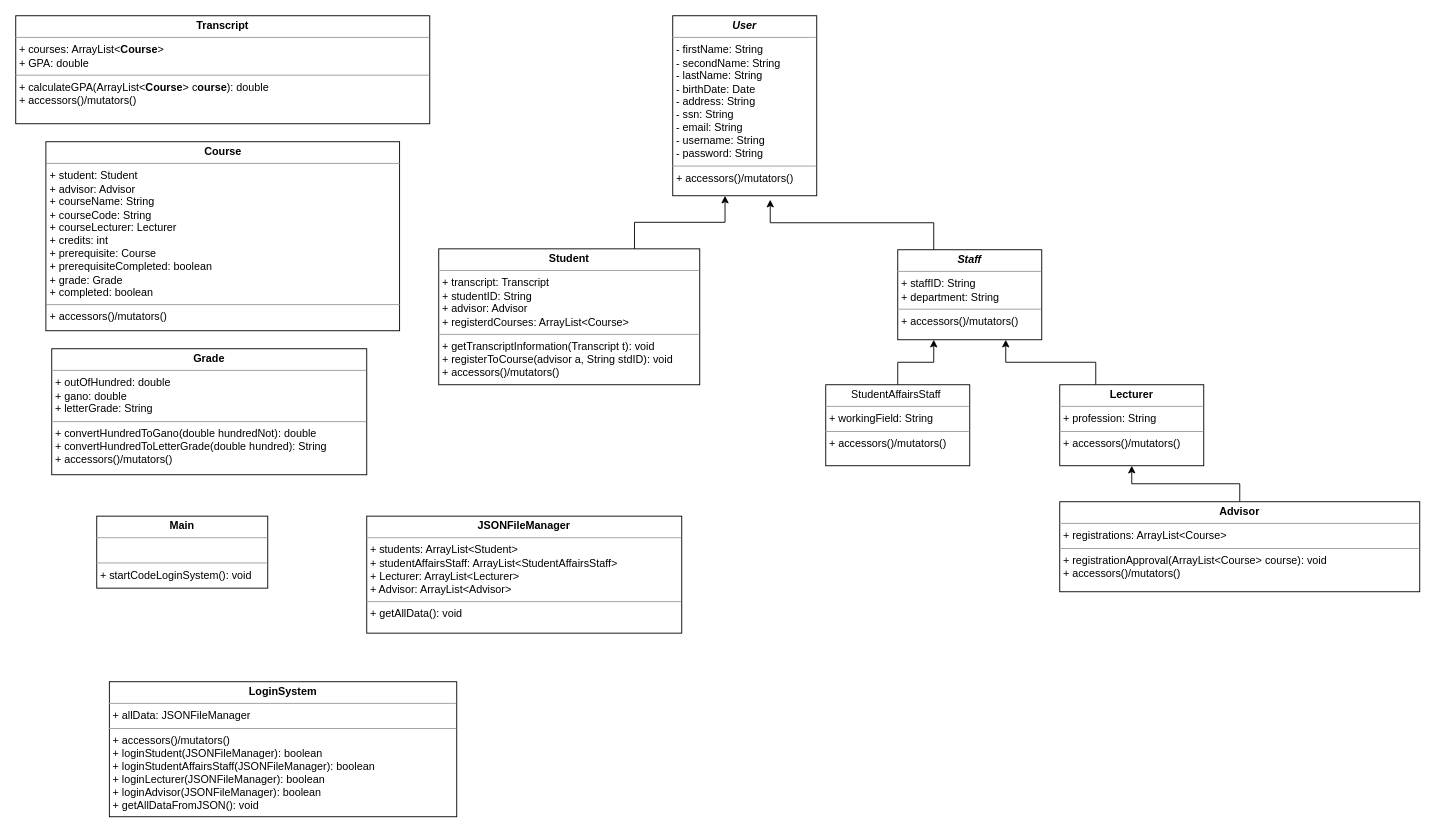
Above: Iteration_1/UML.drawio in yigittuncer07/CSE3063F23P1_GRP9 (draw.io), before the change. Source tidied: cells renumbered, new cells numbered last; positions are measured from the earlier drawing's top-left corner, leaving out a move shared by most shapes. Both pictures are drawn from the tidied source at 90%, with x=0, y=0 at pixel (15, 15).
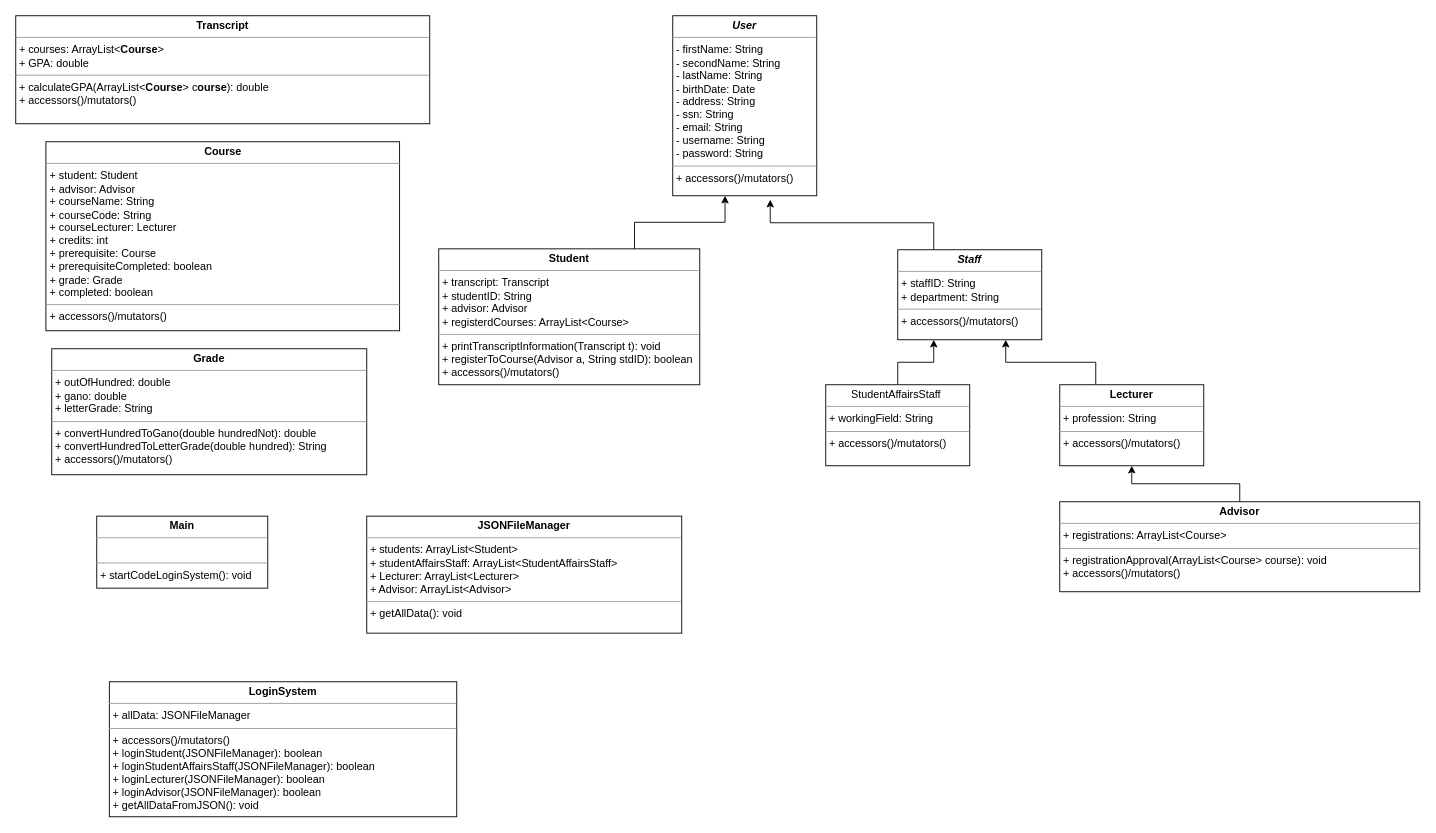
The same diagram, later.

Commit message:
Small changes to Student object.

Change to the diagram source:
```diff
@@
 <mxGraphModel>
   <root>
     <mxCell id="0" />
     <mxCell id="1" parent="0" />
     <mxCell id="2" value="&lt;p style=&quot;margin:0px;margin-top:4px;text-align:center;&quot;&gt;&lt;b&gt;&lt;i&gt;User&lt;/i&gt;&lt;/b&gt;&lt;/p&gt;&lt;hr size=&quot;1&quot;&gt;&lt;p style=&quot;margin:0px;margin-left:4px;&quot;&gt;- firstName: String&lt;/p&gt;&lt;p style=&quot;margin:0px;margin-left:4px;&quot;&gt;- secondName: String&lt;/p&gt;&lt;p style=&quot;margin:0px;margin-left:4px;&quot;&gt;-&amp;nbsp;&lt;span style=&quot;background-color: initial;&quot;&gt;lastName: String&lt;/span&gt;&lt;/p&gt;&lt;p style=&quot;border-color: var(--border-color); margin: 0px 0px 0px 4px;&quot;&gt;- birthDate: Date&lt;/p&gt;&lt;p style=&quot;margin:0px;margin-left:4px;&quot;&gt;- address: String&lt;/p&gt;&lt;p style=&quot;margin:0px;margin-left:4px;&quot;&gt;- ssn: String&lt;/p&gt;&lt;p style=&quot;margin:0px;margin-left:4px;&quot;&gt;- email: String&lt;/p&gt;&lt;p style=&quot;margin:0px;margin-left:4px;&quot;&gt;- username: String&lt;/p&gt;&lt;p style=&quot;margin:0px;margin-left:4px;&quot;&gt;- password: String&lt;/p&gt;&lt;hr size=&quot;1&quot;&gt;&lt;p style=&quot;margin:0px;margin-left:4px;&quot;&gt;+ accessors()/mutators()&lt;/p&gt;" style="verticalAlign=top;align=left;overflow=fill;fontSize=12;fontFamily=Helvetica;html=1;whiteSpace=wrap;" parent="1" vertex="1">
       <mxGeometry x="730" width="160" height="200" as="geometry" />
     </mxCell>
-    <mxCell id="3" value="&lt;p style=&quot;margin:0px;margin-top:4px;text-align:center;&quot;&gt;&lt;b&gt;Student&lt;/b&gt;&lt;/p&gt;&lt;hr size=&quot;1&quot;&gt;&lt;p style=&quot;margin:0px;margin-left:4px;&quot;&gt;+ transcript: Transcript&lt;/p&gt;&lt;p style=&quot;margin:0px;margin-left:4px;&quot;&gt;+ studentID: String&lt;/p&gt;&lt;p style=&quot;margin:0px;margin-left:4px;&quot;&gt;+ advisor: Advisor&lt;/p&gt;&lt;p style=&quot;margin:0px;margin-left:4px;&quot;&gt;+ registerdCourses: ArrayList&amp;lt;Course&amp;gt;&lt;/p&gt;&lt;hr size=&quot;1&quot;&gt;&lt;p style=&quot;margin:0px;margin-left:4px;&quot;&gt;+ getTranscriptInformation(Transcript t): void&lt;/p&gt;&lt;p style=&quot;margin:0px;margin-left:4px;&quot;&gt;&lt;span style=&quot;background-color: initial;&quot;&gt;+ registerToCourse(advisor a, String stdID): void&lt;/span&gt;&lt;/p&gt;&lt;p style=&quot;margin:0px;margin-left:4px;&quot;&gt;&lt;span style=&quot;background-color: initial;&quot;&gt;+ accessors()/mutators()&lt;/span&gt;&lt;br&gt;&lt;/p&gt;" style="verticalAlign=top;align=left;overflow=fill;fontSize=12;fontFamily=Helvetica;html=1;whiteSpace=wrap;" parent="1" vertex="1">
+    <mxCell id="3" value="&lt;p style=&quot;margin:0px;margin-top:4px;text-align:center;&quot;&gt;&lt;b&gt;Student&lt;/b&gt;&lt;/p&gt;&lt;hr size=&quot;1&quot;&gt;&lt;p style=&quot;margin:0px;margin-left:4px;&quot;&gt;+ transcript: Transcript&lt;/p&gt;&lt;p style=&quot;margin:0px;margin-left:4px;&quot;&gt;+ studentID: String&lt;/p&gt;&lt;p style=&quot;margin:0px;margin-left:4px;&quot;&gt;+ advisor: Advisor&lt;/p&gt;&lt;p style=&quot;margin:0px;margin-left:4px;&quot;&gt;+ registerdCourses: ArrayList&amp;lt;Course&amp;gt;&lt;/p&gt;&lt;hr size=&quot;1&quot;&gt;&lt;p style=&quot;margin:0px;margin-left:4px;&quot;&gt;+ printTranscriptInformation(Transcript t): void&lt;/p&gt;&lt;p style=&quot;margin:0px;margin-left:4px;&quot;&gt;&lt;span style=&quot;background-color: initial;&quot;&gt;+ registerToCourse(Advisor a, String stdID): boolean&lt;/span&gt;&lt;/p&gt;&lt;p style=&quot;margin:0px;margin-left:4px;&quot;&gt;&lt;span style=&quot;background-color: initial;&quot;&gt;+ accessors()/mutators()&lt;/span&gt;&lt;br&gt;&lt;/p&gt;" style="verticalAlign=top;align=left;overflow=fill;fontSize=12;fontFamily=Helvetica;html=1;whiteSpace=wrap;" parent="1" vertex="1">
       <mxGeometry x="470" y="259" width="290" height="151" as="geometry" />
     </mxCell>
     <mxCell id="4" style="edgeStyle=orthogonalEdgeStyle;rounded=0;jettySize=auto;html=1;exitX=0.5;exitY=0;exitDx=0;exitDy=0;entryX=0.5;entryY=1;entryDx=0;entryDy=0;" parent="1" edge="1" source="5" target="13">
       <mxGeometry relative="1" as="geometry" />
     </mxCell>
     <mxCell id="5" value="&lt;p style=&quot;margin:0px;margin-top:4px;text-align:center;&quot;&gt;&lt;b&gt;Advisor&lt;/b&gt;&lt;/p&gt;&lt;hr size=&quot;1&quot;&gt;&lt;p style=&quot;margin:0px;margin-left:4px;&quot;&gt;+ registrations: ArrayList&amp;lt;Course&amp;gt;&lt;/p&gt;&lt;hr size=&quot;1&quot;&gt;&lt;p style=&quot;margin:0px;margin-left:4px;&quot;&gt;+ registrationApproval(ArrayList&amp;lt;Course&amp;gt; course): void&lt;/p&gt;&lt;p style=&quot;margin:0px;margin-left:4px;&quot;&gt;+ accessors()/mutators()&lt;br&gt;&lt;/p&gt;" style="verticalAlign=top;align=left;overflow=fill;fontSize=12;fontFamily=Helvetica;html=1;whiteSpace=wrap;" parent="1" vertex="1">
       <mxGeometry x="1160" y="540" width="400" height="100" as="geometry" />
     </mxCell>
     <mxCell id="6" value="&lt;p style=&quot;margin:0px;margin-top:4px;text-align:center;&quot;&gt;&lt;b&gt;Course&lt;/b&gt;&lt;/p&gt;&lt;hr size=&quot;1&quot;&gt;&lt;p style=&quot;margin:0px;margin-left:4px;&quot;&gt;+ student: Student&lt;/p&gt;&lt;p style=&quot;margin:0px;margin-left:4px;&quot;&gt;+ advisor: Advisor&lt;/p&gt;&lt;p style=&quot;margin:0px;margin-left:4px;&quot;&gt;+ courseName: String&lt;/p&gt;&lt;p style=&quot;margin:0px;margin-left:4px;&quot;&gt;+ courseCode: String&lt;/p&gt;&lt;p style=&quot;margin:0px;margin-left:4px;&quot;&gt;+ courseLecturer: Lecturer&lt;/p&gt;&lt;p style=&quot;margin:0px;margin-left:4px;&quot;&gt;+ credits: int&lt;/p&gt;&lt;p style=&quot;margin:0px;margin-left:4px;&quot;&gt;+ prerequisite: Course&lt;/p&gt;&lt;p style=&quot;margin:0px;margin-left:4px;&quot;&gt;+ prerequisiteCompleted: boolean&lt;/p&gt;&lt;p style=&quot;margin:0px;margin-left:4px;&quot;&gt;+ grade: Grade&lt;/p&gt;&lt;p style=&quot;margin:0px;margin-left:4px;&quot;&gt;+ completed: boolean&lt;/p&gt;&lt;hr size=&quot;1&quot;&gt;&lt;p style=&quot;margin:0px;margin-left:4px;&quot;&gt;+ accessors()/mutators()&lt;/p&gt;" style="verticalAlign=top;align=left;overflow=fill;fontSize=12;fontFamily=Helvetica;html=1;whiteSpace=wrap;" parent="1" vertex="1">
       <mxGeometry x="33.5" y="140" width="393" height="210" as="geometry" />
     </mxCell>
     <mxCell id="7" value="&lt;p style=&quot;margin:0px;margin-top:4px;text-align:center;&quot;&gt;&lt;b&gt;Transcript&lt;/b&gt;&lt;/p&gt;&lt;hr size=&quot;1&quot;&gt;&lt;p style=&quot;margin:0px;margin-left:4px;&quot;&gt;+ courses: ArrayList&amp;lt;&lt;b style=&quot;border-color: var(--border-color); text-align: center;&quot;&gt;Course&lt;/b&gt;&lt;span style=&quot;background-color: initial;&quot;&gt;&amp;gt;&lt;/span&gt;&lt;br&gt;&lt;/p&gt;&lt;p style=&quot;margin:0px;margin-left:4px;&quot;&gt;&lt;span style=&quot;background-color: initial;&quot;&gt;+ GPA: double&lt;/span&gt;&lt;/p&gt;&lt;hr size=&quot;1&quot;&gt;&lt;p style=&quot;margin:0px;margin-left:4px;&quot;&gt;+ calculateGPA(ArrayList&amp;lt;&lt;b style=&quot;border-color: var(--border-color); text-align: center;&quot;&gt;Course&lt;/b&gt;&amp;gt; c&lt;b style=&quot;border-color: var(--border-color); text-align: center;&quot;&gt;ourse&lt;/b&gt;): double&lt;/p&gt;&lt;p style=&quot;margin:0px;margin-left:4px;&quot;&gt;+ accessors()/mutators()&lt;br&gt;&lt;/p&gt;" style="verticalAlign=top;align=left;overflow=fill;fontSize=12;fontFamily=Helvetica;html=1;whiteSpace=wrap;" parent="1" vertex="1">
       <mxGeometry width="460" height="120" as="geometry" />
     </mxCell>
     <mxCell id="8" value="&lt;p style=&quot;margin:0px;margin-top:4px;text-align:center;&quot;&gt;&lt;b&gt;Grade&lt;/b&gt;&lt;/p&gt;&lt;hr size=&quot;1&quot;&gt;&lt;p style=&quot;margin:0px;margin-left:4px;&quot;&gt;+ outOfHundred: double&lt;/p&gt;&lt;p style=&quot;margin:0px;margin-left:4px;&quot;&gt;+ gano: double&lt;/p&gt;&lt;p style=&quot;margin:0px;margin-left:4px;&quot;&gt;+ letterGrade: String&lt;/p&gt;&lt;hr size=&quot;1&quot;&gt;&lt;p style=&quot;margin:0px;margin-left:4px;&quot;&gt;+ convertHundredToGano(double hundredNot): double&lt;/p&gt;&lt;p style=&quot;margin:0px;margin-left:4px;&quot;&gt;+ convertHundredToLetterGrade(double hundred): String&lt;/p&gt;&lt;p style=&quot;margin:0px;margin-left:4px;&quot;&gt;+ accessors()/mutators()&lt;br&gt;&lt;/p&gt;" style="verticalAlign=top;align=left;overflow=fill;fontSize=12;fontFamily=Helvetica;html=1;whiteSpace=wrap;" parent="1" vertex="1">
       <mxGeometry x="40" y="370" width="350" height="140" as="geometry" />
     </mxCell>
     <mxCell id="9" style="edgeStyle=orthogonalEdgeStyle;rounded=0;jettySize=auto;html=1;exitX=0.75;exitY=0;exitDx=0;exitDy=0;entryX=0.363;entryY=1;entryDx=0;entryDy=0;entryPerimeter=0;" parent="1" edge="1" source="3" target="2">
       <mxGeometry relative="1" as="geometry" />
     </mxCell>
     <mxCell id="10" value="&lt;p style=&quot;margin:0px;margin-top:4px;text-align:center;&quot;&gt;&lt;b&gt;&lt;i&gt;Staff&lt;/i&gt;&lt;/b&gt;&lt;/p&gt;&lt;hr size=&quot;1&quot;&gt;&lt;p style=&quot;margin:0px;margin-left:4px;&quot;&gt;+ staffID: String&lt;/p&gt;&lt;p style=&quot;margin:0px;margin-left:4px;&quot;&gt;+ department: String&lt;/p&gt;&lt;hr size=&quot;1&quot;&gt;&lt;p style=&quot;margin:0px;margin-left:4px;&quot;&gt;+ accessors()/mutators()&lt;br&gt;&lt;/p&gt;" style="verticalAlign=top;align=left;overflow=fill;fontSize=12;fontFamily=Helvetica;html=1;whiteSpace=wrap;" parent="1" vertex="1">
       <mxGeometry x="980" y="260" width="160" height="100" as="geometry" />
     </mxCell>
     <mxCell id="11" style="edgeStyle=orthogonalEdgeStyle;rounded=0;jettySize=auto;html=1;exitX=0.25;exitY=0;exitDx=0;exitDy=0;entryX=0.677;entryY=1.022;entryDx=0;entryDy=0;entryPerimeter=0;" parent="1" edge="1" source="10" target="2">
       <mxGeometry relative="1" as="geometry" />
     </mxCell>
     <mxCell id="12" style="edgeStyle=orthogonalEdgeStyle;rounded=0;jettySize=auto;html=1;exitX=0.25;exitY=0;exitDx=0;exitDy=0;entryX=0.75;entryY=1;entryDx=0;entryDy=0;" parent="1" edge="1" source="13" target="10">
       <mxGeometry relative="1" as="geometry" />
     </mxCell>
     <mxCell id="13" value="&lt;p style=&quot;margin:0px;margin-top:4px;text-align:center;&quot;&gt;&lt;b&gt;Lecturer&lt;/b&gt;&lt;/p&gt;&lt;hr size=&quot;1&quot;&gt;&lt;p style=&quot;margin:0px;margin-left:4px;&quot;&gt;+&amp;nbsp;profession: String&lt;/p&gt;&lt;hr size=&quot;1&quot;&gt;&lt;p style=&quot;margin:0px;margin-left:4px;&quot;&gt;+ accessors()/mutators()&lt;br&gt;&lt;/p&gt;" style="verticalAlign=top;align=left;overflow=fill;fontSize=12;fontFamily=Helvetica;html=1;whiteSpace=wrap;" parent="1" vertex="1">
       <mxGeometry x="1160" y="410" width="160" height="90" as="geometry" />
     </mxCell>
     <mxCell id="14" value="&lt;p style=&quot;margin:0px;margin-top:4px;text-align:center;&quot;&gt;&lt;b&gt;LoginSystem&lt;/b&gt;&lt;/p&gt;&lt;hr size=&quot;1&quot;&gt;&lt;p style=&quot;margin:0px;margin-left:4px;&quot;&gt;+ allData: JSONFileManager&lt;/p&gt;&lt;hr size=&quot;1&quot;&gt;&lt;p style=&quot;margin:0px;margin-left:4px;&quot;&gt;+ accessors()/mutators()&lt;br&gt;&lt;/p&gt;&lt;p style=&quot;margin:0px;margin-left:4px;&quot;&gt;+ loginStudent(JSONFileManager): boolean&lt;/p&gt;&lt;p style=&quot;border-color: var(--border-color); margin: 0px 0px 0px 4px;&quot;&gt;+ loginStudentAffairsStaff(JSONFileManager): boolean&lt;/p&gt;&lt;div&gt;&lt;p style=&quot;border-color: var(--border-color); margin: 0px 0px 0px 4px;&quot;&gt;+ loginLecturer(JSONFileManager): boolean&lt;/p&gt;&lt;div style=&quot;border-color: var(--border-color);&quot;&gt;&lt;p style=&quot;border-color: var(--border-color); margin: 0px 0px 0px 4px;&quot;&gt;+ loginAdvisor(JSONFileManager): boolean&lt;/p&gt;&lt;/div&gt;&lt;/div&gt;&lt;p style=&quot;margin:0px;margin-left:4px;&quot;&gt;+ getAllDataFromJSON(): void&lt;br&gt;&lt;/p&gt;&lt;p style=&quot;margin:0px;margin-left:4px;&quot;&gt;&lt;br&gt;&lt;/p&gt;" style="verticalAlign=top;align=left;overflow=fill;fontSize=12;fontFamily=Helvetica;html=1;whiteSpace=wrap;" parent="1" vertex="1">
       <mxGeometry x="104" y="740" width="386" height="150" as="geometry" />
     </mxCell>
     <mxCell id="15" style="edgeStyle=orthogonalEdgeStyle;rounded=0;jettySize=auto;html=1;exitX=0.5;exitY=0;exitDx=0;exitDy=0;entryX=0.25;entryY=1;entryDx=0;entryDy=0;" parent="1" edge="1" source="16" target="10">
       <mxGeometry relative="1" as="geometry" />
     </mxCell>
     <mxCell id="16" value="&lt;p style=&quot;margin:0px;margin-top:4px;text-align:center;&quot;&gt;StudentAffairsStaff&amp;nbsp;&lt;br&gt;&lt;/p&gt;&lt;hr size=&quot;1&quot;&gt;&lt;p style=&quot;margin:0px;margin-left:4px;&quot;&gt;+&amp;nbsp;workingField: String&lt;/p&gt;&lt;hr size=&quot;1&quot;&gt;&lt;p style=&quot;margin:0px;margin-left:4px;&quot;&gt;+ accessors()/mutators()&lt;br&gt;&lt;/p&gt;" style="verticalAlign=top;align=left;overflow=fill;fontSize=12;fontFamily=Helvetica;html=1;whiteSpace=wrap;" parent="1" vertex="1">
       <mxGeometry x="900" y="410" width="160" height="90" as="geometry" />
     </mxCell>
     <mxCell id="17" value="&lt;p style=&quot;margin:0px;margin-top:4px;text-align:center;&quot;&gt;&lt;b&gt;Main&lt;/b&gt;&lt;/p&gt;&lt;hr size=&quot;1&quot;&gt;&lt;p style=&quot;margin:0px;margin-left:4px;&quot;&gt;&lt;br&gt;&lt;/p&gt;&lt;hr size=&quot;1&quot;&gt;&lt;p style=&quot;margin:0px;margin-left:4px;&quot;&gt;+ startCodeLoginSystem(): void&lt;/p&gt;" style="verticalAlign=top;align=left;overflow=fill;fontSize=12;fontFamily=Helvetica;html=1;whiteSpace=wrap;" parent="1" vertex="1">
       <mxGeometry x="90" y="556" width="190" height="80" as="geometry" />
     </mxCell>
     <mxCell id="18" value="&lt;p style=&quot;margin:0px;margin-top:4px;text-align:center;&quot;&gt;&lt;b&gt;JSONFileManager&lt;/b&gt;&lt;/p&gt;&lt;hr size=&quot;1&quot;&gt;&lt;p style=&quot;margin:0px;margin-left:4px;&quot;&gt;+ students: ArrayList&amp;lt;Student&amp;gt;&lt;/p&gt;&lt;p style=&quot;margin:0px;margin-left:4px;&quot;&gt;+ studentAffairsStaff: ArrayList&amp;lt;StudentAffairsStaff&amp;gt;&lt;/p&gt;&lt;p style=&quot;margin:0px;margin-left:4px;&quot;&gt;+ Lecturer: ArrayList&amp;lt;Lecturer&amp;gt;&lt;/p&gt;&lt;p style=&quot;margin:0px;margin-left:4px;&quot;&gt;+ Advisor: ArrayList&amp;lt;Advisor&amp;gt;&lt;/p&gt;&lt;hr size=&quot;1&quot;&gt;&lt;p style=&quot;margin:0px;margin-left:4px;&quot;&gt;+ getAllData(): void&lt;/p&gt;" style="verticalAlign=top;align=left;overflow=fill;fontSize=12;fontFamily=Helvetica;html=1;whiteSpace=wrap;" parent="1" vertex="1">
       <mxGeometry x="390" y="556" width="350" height="130" as="geometry" />
     </mxCell>
   </root>
 </mxGraphModel>
```
